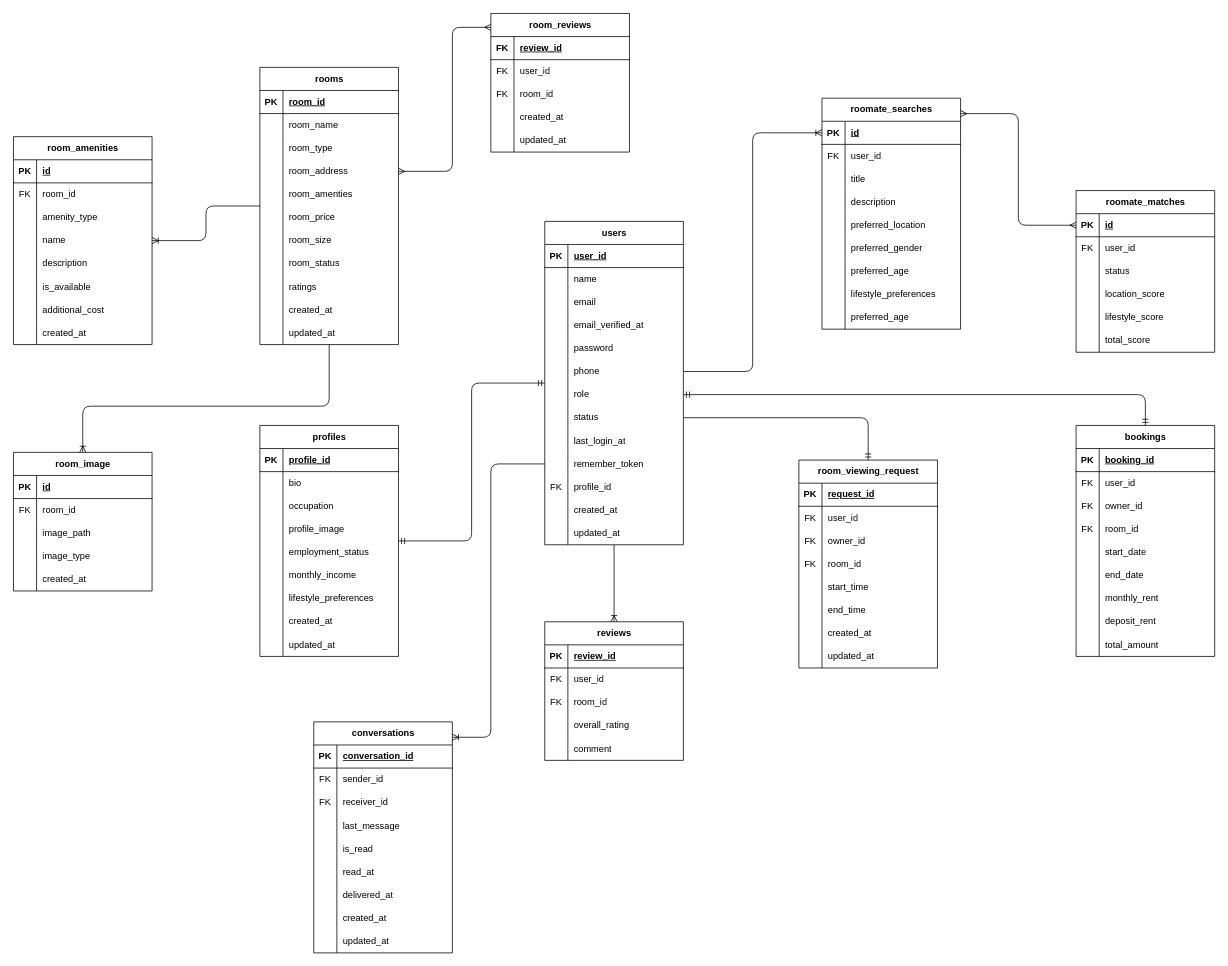
Above: system_analysis/database.drawio in Danny-CYH/KitaRoom (draw.io), before the change. Source tidied: cells renumbered, new cells numbered last; positions are measured from the earlier drawing's top-left corner, leaving out a move shared by most shapes. Both pictures are drawn from the tidied source at 77%, with x=0, y=0 at pixel (13, 13).
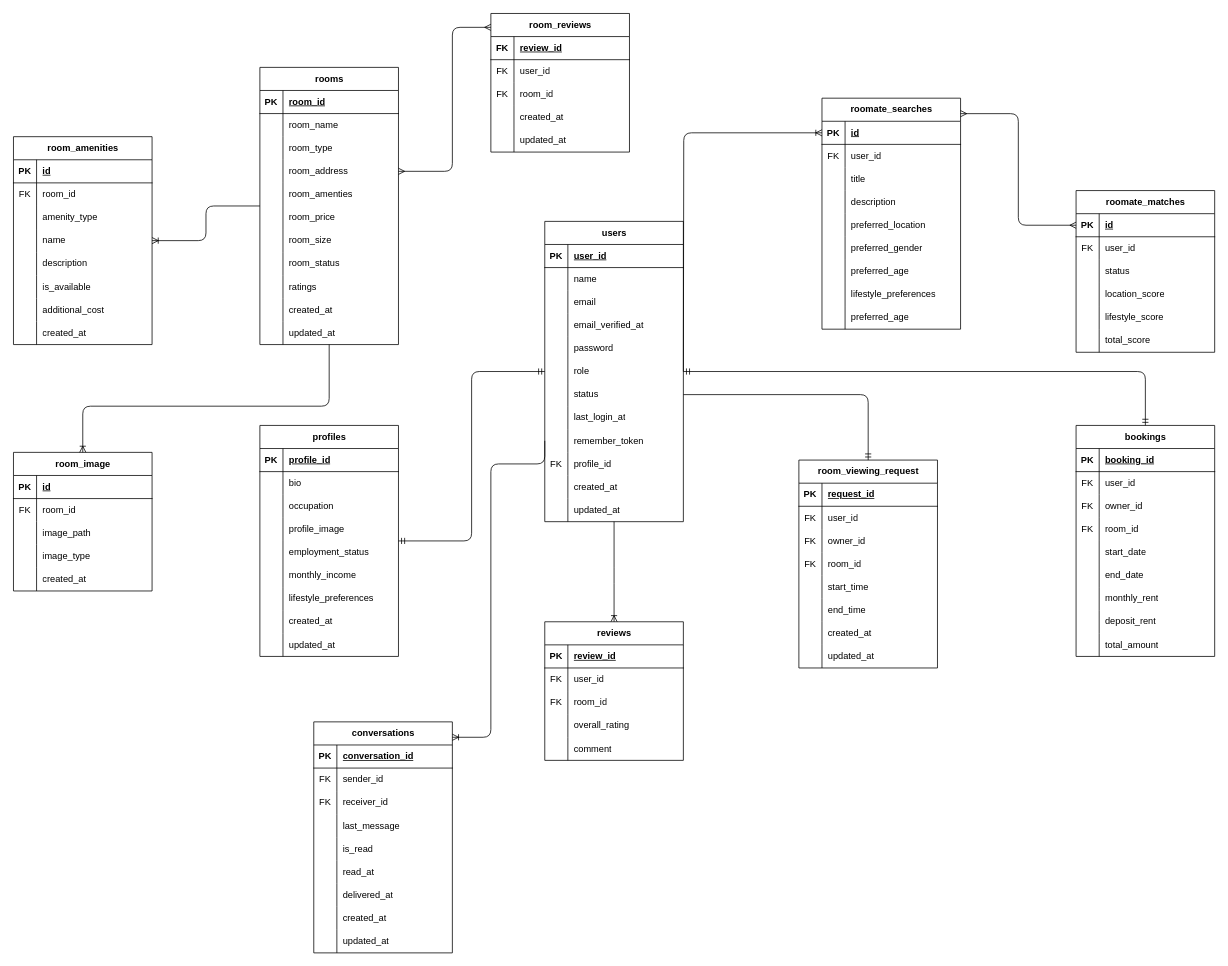
After the change.

Commit message (it also covers changes not shown here):
Implement email verification for user login (not complete), enhance registration form, and update database schema

The change refers to these unchanged cells:
```xml
<mxCell id="146" style="shape=tableRow;horizontal=0;startSize=0;swimlaneHead=0;swimlaneBody=0;fillColor=none;points=[[0,0.5],[1,0.5]];portConstraint=eastwest;top=0;left=0;right=0;bottom=1;" parent="145" vertex="1">
  <mxGeometry y="30" width="180" height="30" as="geometry" />
</mxCell>
```

The edit, as a diff of the source:
```diff
@@
     <mxCell id="2" value="users" style="shape=table;startSize=30;childLayout=tableLayout;rowLines=0;fontStyle=1;align=center;html=1;" parent="1" vertex="1">
-      <mxGeometry x="690" y="270" width="180" height="420" as="geometry" />
+      <mxGeometry x="690" y="270" width="180" height="390" as="geometry" />
     </mxCell>
@@
-    <mxCell id="18" style="shape=tableRow;horizontal=0;startSize=0;swimlaneHead=0;swimlaneBody=0;fillColor=none;points=[[0,0.5],[1,0.5]];portConstraint=eastwest;top=0;left=0;right=0;bottom=0;" parent="2" vertex="1">
-      <mxGeometry y="180" width="180" height="30" as="geometry" />
-    </mxCell>
-    <mxCell id="19" style="shape=partialRectangle;fillColor=none;top=0;left=0;bottom=0;right=0;overflow=hidden;whiteSpace=wrap;html=1;" parent="18" vertex="1">
-      <mxGeometry width="30" height="30" as="geometry" />
-    </mxCell>
-    <mxCell id="20" value="phone" style="shape=partialRectangle;fillColor=none;top=0;left=0;bottom=0;right=0;align=left;spacingLeft=6;overflow=hidden;whiteSpace=wrap;html=1;" parent="18" vertex="1">
-      <mxGeometry x="30" width="150" height="30" as="geometry" />
-    </mxCell>
     <mxCell id="21" style="shape=tableRow;horizontal=0;startSize=0;swimlaneHead=0;swimlaneBody=0;fillColor=none;points=[[0,0.5],[1,0.5]];portConstraint=eastwest;top=0;left=0;right=0;bottom=0;" parent="2" vertex="1">
-      <mxGeometry y="210" width="180" height="30" as="geometry" />
+      <mxGeometry y="180" width="180" height="30" as="geometry" />
     </mxCell>
@@
     <mxCell id="24" style="shape=tableRow;horizontal=0;startSize=0;swimlaneHead=0;swimlaneBody=0;fillColor=none;points=[[0,0.5],[1,0.5]];portConstraint=eastwest;top=0;left=0;right=0;bottom=0;" parent="2" vertex="1">
-      <mxGeometry y="240" width="180" height="30" as="geometry" />
+      <mxGeometry y="210" width="180" height="30" as="geometry" />
     </mxCell>
@@
     <mxCell id="27" style="shape=tableRow;horizontal=0;startSize=0;swimlaneHead=0;swimlaneBody=0;fillColor=none;top=0;left=0;right=0;bottom=0;" parent="2" vertex="1">
-      <mxGeometry y="270" width="180" height="30" as="geometry" />
+      <mxGeometry y="240" width="180" height="30" as="geometry" />
     </mxCell>
@@
     <mxCell id="30" style="shape=tableRow;horizontal=0;startSize=0;swimlaneHead=0;swimlaneBody=0;fillColor=none;points=[[0,0.5],[1,0.5]];portConstraint=eastwest;top=0;left=0;right=0;bottom=0;" parent="2" vertex="1">
-      <mxGeometry y="300" width="180" height="30" as="geometry" />
+      <mxGeometry y="270" width="180" height="30" as="geometry" />
     </mxCell>
@@
     <mxCell id="33" style="shape=tableRow;horizontal=0;startSize=0;swimlaneHead=0;swimlaneBody=0;fillColor=none;top=0;left=0;right=0;bottom=0;" parent="2" vertex="1">
-      <mxGeometry y="330" width="180" height="30" as="geometry" />
+      <mxGeometry y="300" width="180" height="30" as="geometry" />
     </mxCell>
@@
     <mxCell id="36" style="shape=tableRow;horizontal=0;startSize=0;swimlaneHead=0;swimlaneBody=0;fillColor=none;top=0;left=0;right=0;bottom=0;" parent="2" vertex="1">
-      <mxGeometry y="360" width="180" height="30" as="geometry" />
+      <mxGeometry y="330" width="180" height="30" as="geometry" />
     </mxCell>
@@
     <mxCell id="39" style="shape=tableRow;horizontal=0;startSize=0;swimlaneHead=0;swimlaneBody=0;fillColor=none;points=[[0,0.5],[1,0.5]];portConstraint=eastwest;top=0;left=0;right=0;bottom=0;" parent="2" vertex="1">
-      <mxGeometry y="390" width="180" height="30" as="geometry" />
+      <mxGeometry y="360" width="180" height="30" as="geometry" />
     </mxCell>
@@
-    <mxCell id="309" style="edgeStyle=orthogonalEdgeStyle;fontSize=12;html=1;endArrow=ERoneToMany;exitX=1;exitY=0.5;exitDx=0;exitDy=0;" parent="1" edge="1" source="18" target="146">
-      <mxGeometry relative="1" as="geometry" />
+    <mxCell id="309" style="edgeStyle=orthogonalEdgeStyle;fontSize=12;html=1;endArrow=ERoneToMany;exitX=1;exitY=0.5;exitDx=0;exitDy=0;" parent="1" edge="1" target="146">
+      <mxGeometry relative="1" as="geometry">
+        <mxPoint x="870" y="465" as="sourcePoint" />
+      </mxGeometry>
     </mxCell>
```
